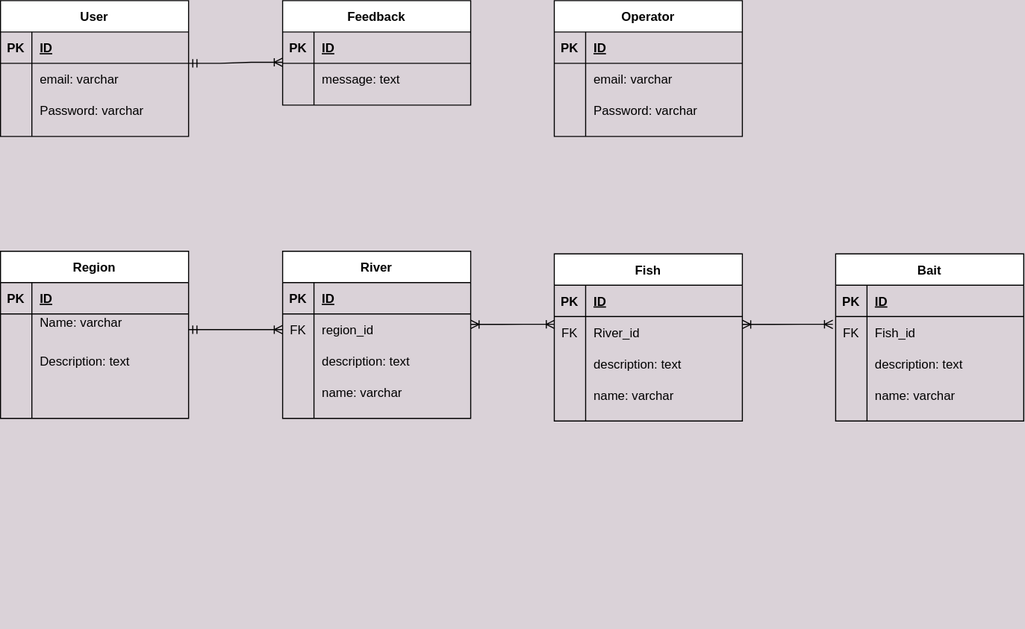
Before: ER diagram.svg, a diagram exported from draw.io (Gsuslov/site). Source tidied: cells renumbered, new cells last; positions are measured from the earlier drawing's top-left corner, leaving out a move shared by most shapes.
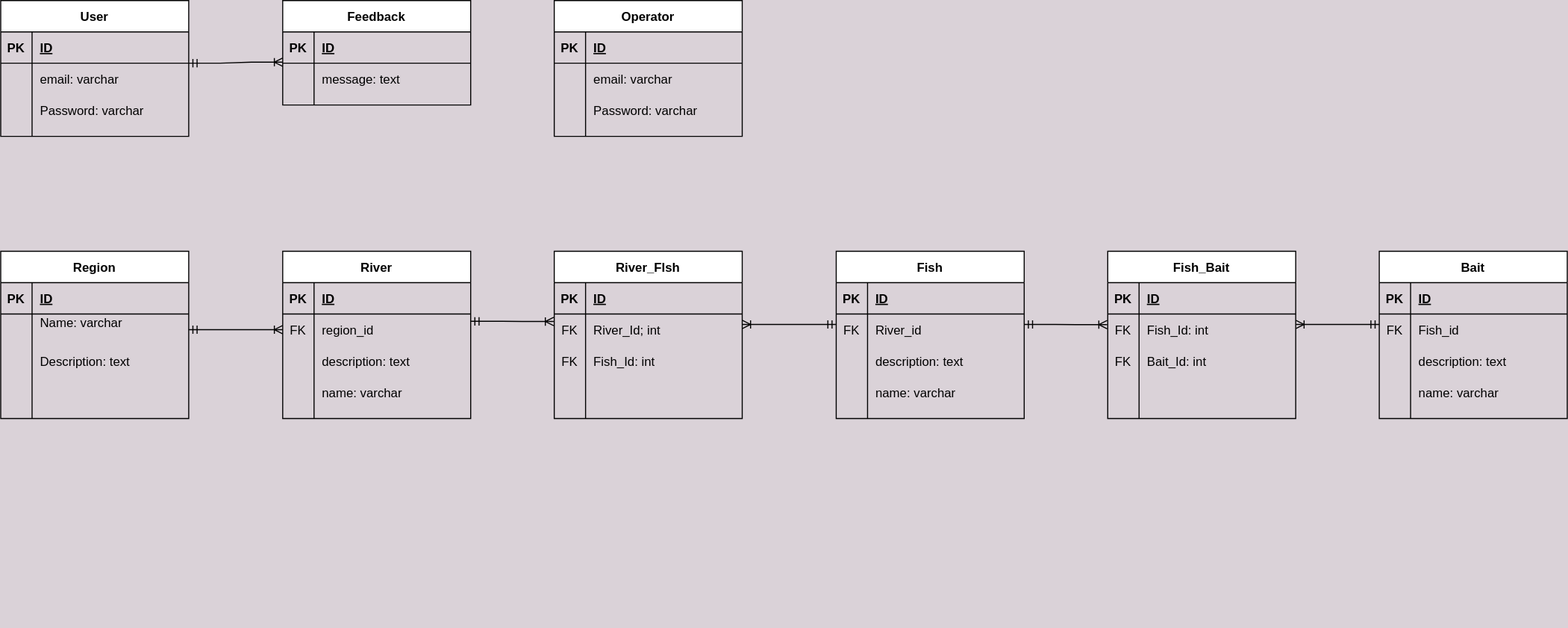
Later version of the same file.

Diff of the diagram source:
```diff
@@ -171,7 +171,7 @@
       <mxGeometry x="30" width="150" height="30" as="geometry" />
     </mxCell>
     <mxCell id="58" value="Fish" style="shape=table;startSize=30;rowLines=0;fontStyle=1;align=center;" parent="1" vertex="1">
-      <mxGeometry x="530" y="242.5" width="180" height="160" as="geometry" />
+      <mxGeometry x="800" y="240" width="180" height="160" as="geometry" />
     </mxCell>
     <mxCell id="59" style="shape=partialRectangle;fillColor=none;top=0;left=0;bottom=1;right=0;" parent="58" vertex="1">
       <mxGeometry y="30" width="180" height="30" as="geometry" />
@@ -210,7 +210,7 @@
       <mxGeometry x="30" width="150" height="30" as="geometry" />
     </mxCell>
     <mxCell id="71" value="Bait" style="shape=table;startSize=30;rowLines=0;fontStyle=1;align=center;" parent="1" vertex="1">
-      <mxGeometry x="799.3" y="242.5" width="180" height="160" as="geometry" />
+      <mxGeometry x="1320" y="240" width="180" height="160" as="geometry" />
     </mxCell>
     <mxCell id="72" style="shape=partialRectangle;fillColor=none;top=0;left=0;bottom=1;right=0;" parent="71" vertex="1">
       <mxGeometry y="30" width="180" height="30" as="geometry" />
@@ -253,21 +253,112 @@
         <mxPoint x="270" y="315" as="targetPoint" />
       </mxGeometry>
     </mxCell>
-    <mxCell id="85" style="edgeStyle=entityRelationEdgeStyle;fontSize=12;html=1;endArrow=ERoneToMany;startArrow=ERoneToMany;rounded=0;entryX=0.002;entryY=0.247;entryDx=0;entryDy=0;entryPerimeter=0;" parent="1" edge="1" target="62">
-      <mxGeometry relative="1" as="geometry">
-        <mxPoint x="450" y="310" as="sourcePoint" />
-      </mxGeometry>
-    </mxCell>
-    <mxCell id="86" style="edgeStyle=entityRelationEdgeStyle;fontSize=12;html=1;endArrow=ERoneToMany;startArrow=ERoneToMany;rounded=0;entryX=-0.015;entryY=0.247;entryDx=0;entryDy=0;entryPerimeter=0;" parent="1" edge="1" target="75">
-      <mxGeometry relative="1" as="geometry">
-        <mxPoint x="710" y="310" as="sourcePoint" />
-      </mxGeometry>
-    </mxCell>
     <mxCell id="87" style="edgeStyle=entityRelationEdgeStyle;fontSize=12;html=1;endArrow=ERoneToMany;startArrow=ERmandOne;rounded=0;" parent="1" edge="1">
       <mxGeometry relative="1" as="geometry">
         <mxPoint x="180" y="60" as="sourcePoint" />
         <mxPoint x="270" y="59" as="targetPoint" />
       </mxGeometry>
     </mxCell>
+    <mxCell id="88" value="River_FIsh" style="shape=table;startSize=30;rowLines=0;fontStyle=1;align=center;" parent="1" vertex="1">
+      <mxGeometry x="530" y="240" width="180" height="160" as="geometry" />
+    </mxCell>
+    <mxCell id="89" style="shape=partialRectangle;fillColor=none;top=0;left=0;bottom=1;right=0;" parent="88" vertex="1">
+      <mxGeometry y="30" width="180" height="30" as="geometry" />
+    </mxCell>
+    <mxCell id="90" value="PK" style="shape=partialRectangle;fillColor=none;top=0;left=0;bottom=0;right=0;fontStyle=1;overflow=hidden;" parent="89" vertex="1">
+      <mxGeometry width="30" height="30" as="geometry" />
+    </mxCell>
+    <mxCell id="91" value="ID" style="shape=partialRectangle;fillColor=none;top=0;left=0;bottom=0;right=0;align=left;spacingLeft=6;fontStyle=5;overflow=hidden;" parent="89" vertex="1">
+      <mxGeometry x="30" width="150" height="30" as="geometry" />
+    </mxCell>
+    <mxCell id="92" style="shape=partialRectangle;fillColor=none;top=0;left=0;bottom=0;right=0;points=[[0,0.5],[1,0.5]];portConstraint=eastwest;" parent="88" vertex="1">
+      <mxGeometry y="60" width="180" height="30" as="geometry" />
+    </mxCell>
+    <mxCell id="93" value="FK" style="shape=partialRectangle;fillColor=none;top=0;left=0;bottom=0;right=0;overflow=hidden;" parent="92" vertex="1">
+      <mxGeometry width="30" height="30" as="geometry" />
+    </mxCell>
+    <mxCell id="94" value="River_Id; int" style="shape=partialRectangle;fillColor=none;top=0;left=0;bottom=0;right=0;align=left;spacingLeft=6;overflow=hidden;" parent="92" vertex="1">
+      <mxGeometry x="30" width="150" height="30" as="geometry" />
+    </mxCell>
+    <mxCell id="95" style="shape=partialRectangle;fillColor=none;top=0;left=0;bottom=0;right=0;" parent="88" vertex="1">
+      <mxGeometry y="90" width="180" height="30" as="geometry" />
+    </mxCell>
+    <mxCell id="96" value="FK" style="shape=partialRectangle;fillColor=none;top=0;left=0;bottom=0;right=0;overflow=hidden;" parent="95" vertex="1">
+      <mxGeometry width="30" height="30" as="geometry" />
+    </mxCell>
+    <mxCell id="97" value="Fish_Id: int" style="shape=partialRectangle;fillColor=none;top=0;left=0;bottom=0;right=0;align=left;spacingLeft=6;overflow=hidden;" parent="95" vertex="1">
+      <mxGeometry x="30" width="150" height="30" as="geometry" />
+    </mxCell>
+    <mxCell id="98" style="shape=partialRectangle;fillColor=none;top=0;left=0;bottom=0;right=0;" parent="88" vertex="1">
+      <mxGeometry y="120" width="180" height="30" as="geometry" />
+    </mxCell>
+    <mxCell id="99" style="shape=partialRectangle;fillColor=none;top=0;left=0;bottom=0;right=0;overflow=hidden;" parent="98" vertex="1">
+      <mxGeometry width="30" height="30" as="geometry" />
+    </mxCell>
+    <mxCell id="100" style="shape=partialRectangle;fillColor=none;top=0;left=0;bottom=0;right=0;align=left;spacingLeft=6;overflow=hidden;" parent="98" vertex="1">
+      <mxGeometry x="30" width="150" height="30" as="geometry" />
+    </mxCell>
+    <mxCell id="101" value="Fish_Bait" style="shape=table;startSize=30;rowLines=0;fontStyle=1;align=center;" parent="1" vertex="1">
+      <mxGeometry x="1060" y="240" width="180" height="160" as="geometry" />
+    </mxCell>
+    <mxCell id="102" style="shape=partialRectangle;fillColor=none;top=0;left=0;bottom=1;right=0;" parent="101" vertex="1">
+      <mxGeometry y="30" width="180" height="30" as="geometry" />
+    </mxCell>
+    <mxCell id="103" value="PK" style="shape=partialRectangle;fillColor=none;top=0;left=0;bottom=0;right=0;fontStyle=1;overflow=hidden;" parent="102" vertex="1">
+      <mxGeometry width="30" height="30" as="geometry" />
+    </mxCell>
+    <mxCell id="104" value="ID" style="shape=partialRectangle;fillColor=none;top=0;left=0;bottom=0;right=0;align=left;spacingLeft=6;fontStyle=5;overflow=hidden;" parent="102" vertex="1">
+      <mxGeometry x="30" width="150" height="30" as="geometry" />
+    </mxCell>
+    <mxCell id="105" style="shape=partialRectangle;fillColor=none;top=0;left=0;bottom=0;right=0;" parent="101" vertex="1">
+      <mxGeometry y="60" width="180" height="30" as="geometry" />
+    </mxCell>
+    <mxCell id="106" value="FK" style="shape=partialRectangle;fillColor=none;top=0;left=0;bottom=0;right=0;overflow=hidden;" parent="105" vertex="1">
+      <mxGeometry width="30" height="30" as="geometry" />
+    </mxCell>
+    <mxCell id="107" value="Fish_Id: int" style="shape=partialRectangle;fillColor=none;top=0;left=0;bottom=0;right=0;align=left;spacingLeft=6;overflow=hidden;" parent="105" vertex="1">
+      <mxGeometry x="30" width="150" height="30" as="geometry" />
+    </mxCell>
+    <mxCell id="108" style="shape=partialRectangle;fillColor=none;top=0;left=0;bottom=0;right=0;" parent="101" vertex="1">
+      <mxGeometry y="90" width="180" height="30" as="geometry" />
+    </mxCell>
+    <mxCell id="109" value="FK" style="shape=partialRectangle;fillColor=none;top=0;left=0;bottom=0;right=0;overflow=hidden;" parent="108" vertex="1">
+      <mxGeometry width="30" height="30" as="geometry" />
+    </mxCell>
+    <mxCell id="110" value="Bait_Id: int" style="shape=partialRectangle;fillColor=none;top=0;left=0;bottom=0;right=0;align=left;spacingLeft=6;overflow=hidden;" parent="108" vertex="1">
+      <mxGeometry x="30" width="150" height="30" as="geometry" />
+    </mxCell>
+    <mxCell id="111" style="shape=partialRectangle;fillColor=none;top=0;left=0;bottom=0;right=0;" parent="101" vertex="1">
+      <mxGeometry y="120" width="180" height="30" as="geometry" />
+    </mxCell>
+    <mxCell id="112" style="shape=partialRectangle;fillColor=none;top=0;left=0;bottom=0;right=0;overflow=hidden;" parent="111" vertex="1">
+      <mxGeometry width="30" height="30" as="geometry" />
+    </mxCell>
+    <mxCell id="113" style="shape=partialRectangle;fillColor=none;top=0;left=0;bottom=0;right=0;align=left;spacingLeft=6;overflow=hidden;" parent="111" vertex="1">
+      <mxGeometry x="30" width="150" height="30" as="geometry" />
+    </mxCell>
+    <mxCell id="114" style="fontSize=12;html=1;endArrow=ERoneToMany;startArrow=ERmandOne;rounded=0;" parent="1" edge="1">
+      <mxGeometry relative="1" as="geometry">
+        <mxPoint x="800" y="310" as="sourcePoint" />
+        <mxPoint x="710" y="310" as="targetPoint" />
+      </mxGeometry>
+    </mxCell>
+    <mxCell id="115" style="edgeStyle=entityRelationEdgeStyle;fontSize=12;html=1;endArrow=ERoneToMany;startArrow=ERmandOne;rounded=0;entryX=-0.003;entryY=0.239;entryDx=0;entryDy=0;entryPerimeter=0;" parent="1" edge="1" target="92">
+      <mxGeometry relative="1" as="geometry">
+        <mxPoint x="450" y="307" as="sourcePoint" />
+      </mxGeometry>
+    </mxCell>
+    <mxCell id="116" style="edgeStyle=entityRelationEdgeStyle;fontSize=12;html=1;endArrow=ERoneToMany;startArrow=ERmandOne;rounded=0;entryX=-0.003;entryY=0.239;entryDx=0;entryDy=0;entryPerimeter=0;" parent="1" edge="1">
+      <mxGeometry relative="1" as="geometry">
+        <mxPoint x="980" y="310" as="sourcePoint" />
+        <mxPoint x="1059.5" y="310.2" as="targetPoint" />
+      </mxGeometry>
+    </mxCell>
+    <mxCell id="117" style="fontSize=12;html=1;endArrow=ERoneToMany;startArrow=ERmandOne;rounded=0;" parent="1" edge="1">
+      <mxGeometry relative="1" as="geometry">
+        <mxPoint x="1320" y="310" as="sourcePoint" />
+        <mxPoint x="1240" y="310" as="targetPoint" />
+      </mxGeometry>
+    </mxCell>
   </root>
 </mxGraphModel>
```
